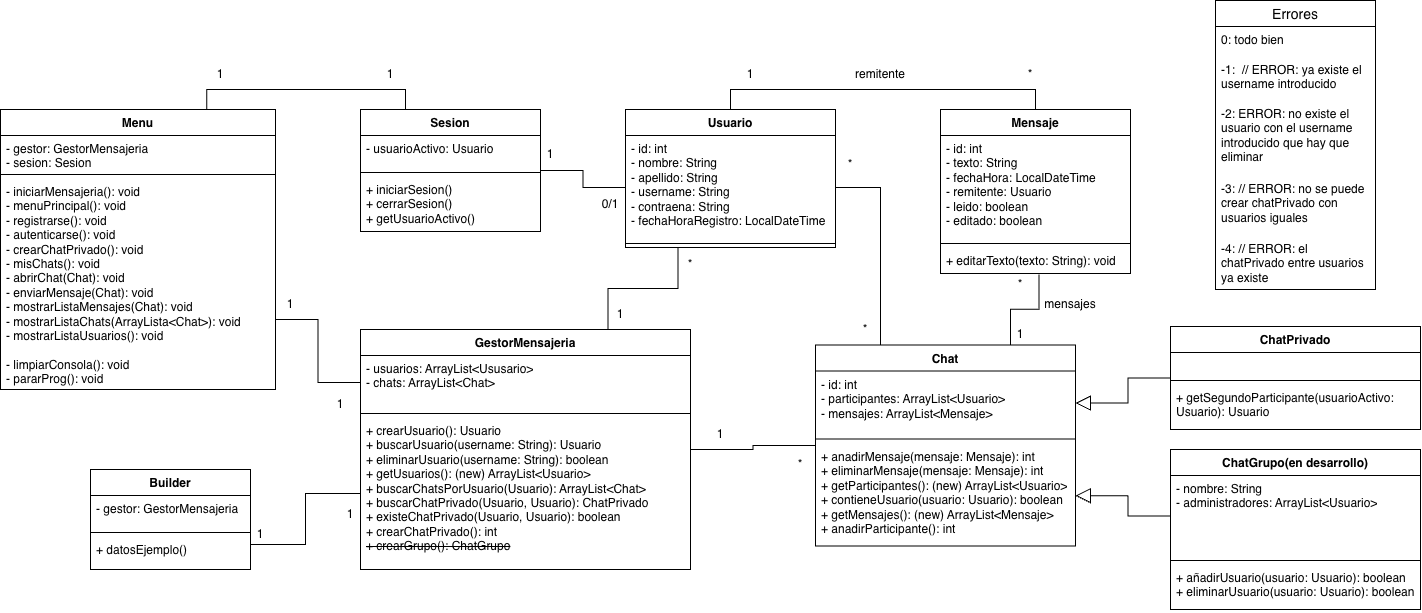
martishenya/messengerJava keeps this draw.io diagram as mensajeriaDiagrama.drawio.png. Above is the earlier version. Source tidied: cells renumbered, new cells last; positions are measured from the earlier drawing's top-left corner, leaving out a move shared by most shapes.
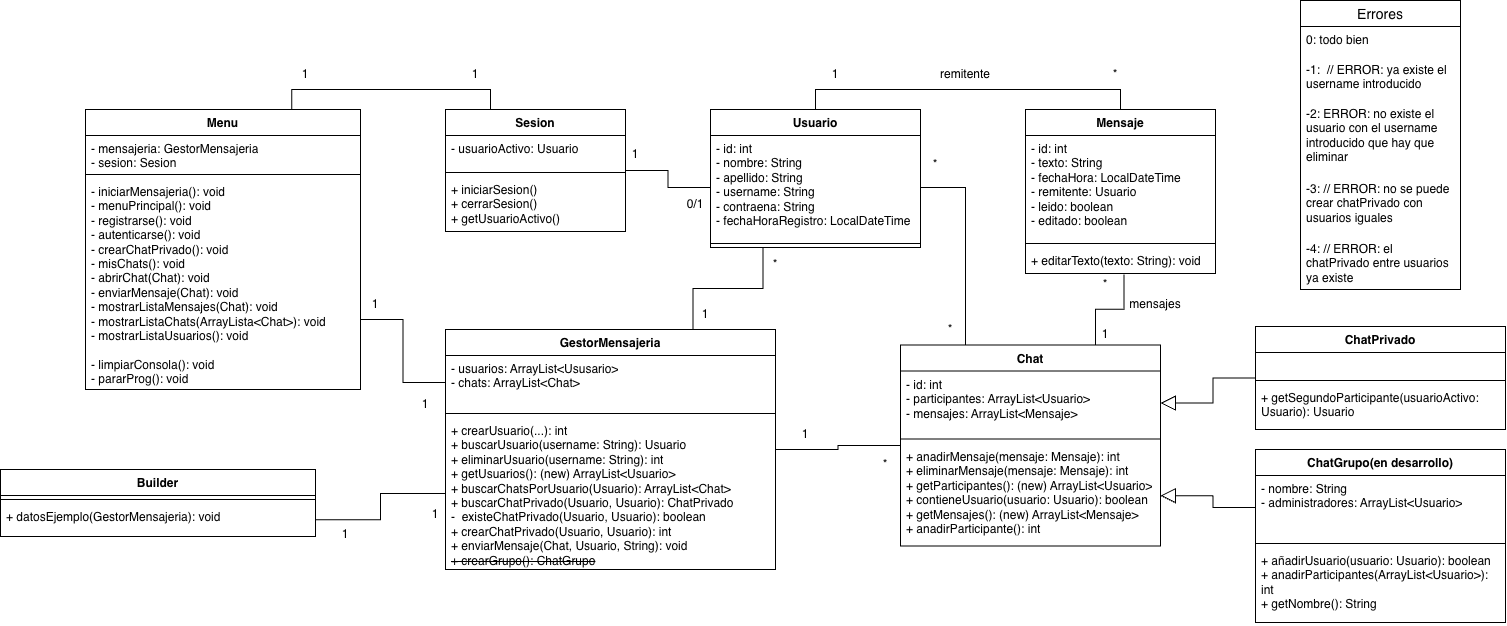
The same file after the commit.

Change to the diagram source:
```diff
@@ -45,16 +45,16 @@
       <mxGeometry y="98" width="260" height="103" as="geometry" />
     </mxCell>
     <mxCell id="16" value="ChatGrupo(en desarrollo)" style="swimlane;fontStyle=1;align=center;verticalAlign=top;horizontal=1;startSize=26;whiteSpace=wrap;html=1;" parent="1" vertex="1">
-      <mxGeometry x="1170" y="449" width="250" height="160" as="geometry" />
+      <mxGeometry x="1170" y="449" width="250" height="173" as="geometry" />
     </mxCell>
     <mxCell id="17" value="- nombre: String&lt;div&gt;- administradores: ArrayList&amp;lt;Usuario&amp;gt;&lt;br&gt;&lt;div&gt;&lt;div&gt;&lt;br&gt;&lt;/div&gt;&lt;/div&gt;&lt;/div&gt;" style="text;strokeColor=none;fillColor=none;align=left;verticalAlign=top;spacingLeft=4;spacingRight=4;overflow=hidden;points=[[0,0.5],[1,0.5]];portConstraint=eastwest;whiteSpace=wrap;html=1;" parent="16" vertex="1">
-      <mxGeometry y="26" width="250" height="81" as="geometry" />
+      <mxGeometry y="26" width="250" height="64" as="geometry" />
     </mxCell>
     <mxCell id="18" style="line;strokeWidth=1;fillColor=none;align=left;verticalAlign=middle;spacingTop=-1;spacingLeft=3;spacingRight=3;labelPosition=right;strokeColor=inherit;" parent="16" vertex="1">
-      <mxGeometry y="107" width="250" height="8" as="geometry" />
+      <mxGeometry y="90" width="250" height="8" as="geometry" />
     </mxCell>
-    <mxCell id="19" value="&lt;div&gt;+ añadirUsuario(usuario: Usuario): boolean&lt;/div&gt;&lt;div&gt;+ eliminarUsuario(usuario: Usuario): boolean&lt;/div&gt;" style="text;strokeColor=none;fillColor=none;align=left;verticalAlign=top;spacingLeft=4;spacingRight=4;overflow=hidden;whiteSpace=wrap;html=1;" parent="16" vertex="1">
-      <mxGeometry y="115" width="250" height="45" as="geometry" />
+    <mxCell id="19" value="&lt;div&gt;+ añadirUsuario(usuario: Usuario): boolean&lt;/div&gt;&lt;div&gt;&lt;div&gt;+ anadirParticipantes(ArrayList&amp;lt;Usuario&amp;gt;): int&lt;/div&gt;&lt;div&gt;+ getNombre(): String&lt;/div&gt;&lt;/div&gt;" style="text;strokeColor=none;fillColor=none;align=left;verticalAlign=top;spacingLeft=4;spacingRight=4;overflow=hidden;whiteSpace=wrap;html=1;" parent="16" vertex="1">
+      <mxGeometry y="98" width="250" height="75" as="geometry" />
     </mxCell>
     <mxCell id="20" style="edgeStyle=orthogonalEdgeStyle;rounded=0;jettySize=auto;html=1;exitX=1;exitY=0.5;exitDx=0;exitDy=0;entryX=0;entryY=0.5;entryDx=0;entryDy=0;endArrow=none;endFill=0;" parent="1" edge="1" source="22" target="12">
       <mxGeometry relative="1" as="geometry" />
@@ -71,7 +71,7 @@
     <mxCell id="24" style="line;strokeWidth=1;fillColor=none;align=left;verticalAlign=middle;spacingTop=-1;spacingLeft=3;spacingRight=3;labelPosition=right;strokeColor=inherit;" parent="22" vertex="1">
       <mxGeometry y="80" width="330" height="8" as="geometry" />
     </mxCell>
-    <mxCell id="25" value="&lt;div&gt;+ crearUsuario(): Usuario&lt;/div&gt;&lt;div&gt;+ buscarUsuario(username: String): Usuario&lt;/div&gt;&lt;div&gt;+ eliminarUsuario(username: String): boolean&lt;/div&gt;&lt;div&gt;+ getUsuarios(): (new) ArrayList&amp;lt;Usuario&amp;gt;&lt;/div&gt;&lt;div&gt;+ buscarChatsPorUsuario(Usuario): ArrayList&amp;lt;Chat&amp;gt;&lt;/div&gt;&lt;div&gt;+ buscarChatPrivado(Usuario, Usuario): ChatPrivado&lt;/div&gt;&lt;div&gt;+ existeChatPrivado(&lt;span style=&quot;background-color: transparent; color: light-dark(#000000, var(--ge-light-color, #ffffff));&quot;&gt;Usuario, Usuario): boolean&lt;/span&gt;&lt;span style=&quot;background-color: transparent; color: light-dark(#000000, var(--ge-light-color, #ffffff));&quot;&gt;&amp;nbsp;&lt;/span&gt;&lt;/div&gt;&lt;div&gt;+ crearChatPrivado(): int&lt;/div&gt;&lt;div&gt;&lt;strike&gt;+ crearGrupo(): ChatGrupo&lt;/strike&gt;&lt;/div&gt;" style="text;strokeColor=none;fillColor=none;align=left;verticalAlign=top;spacingLeft=4;spacingRight=4;overflow=hidden;points=[[0,0.5],[1,0.5]];portConstraint=eastwest;whiteSpace=wrap;html=1;" parent="22" vertex="1">
+    <mxCell id="25" value="&lt;div&gt;+ crearUsuario(...): int&lt;/div&gt;&lt;div&gt;+ buscarUsuario(username: String): Usuario&lt;/div&gt;&lt;div&gt;+ eliminarUsuario(username: String): int&lt;/div&gt;&lt;div&gt;+ getUsuarios(): (new) ArrayList&amp;lt;Usuario&amp;gt;&lt;/div&gt;&lt;div&gt;+ buscarChatsPorUsuario(Usuario): ArrayList&amp;lt;Chat&amp;gt;&lt;/div&gt;&lt;div&gt;+ buscarChatPrivado(Usuario, Usuario): ChatPrivado&lt;/div&gt;&lt;div&gt;-&amp;nbsp; existeChatPrivado(&lt;span style=&quot;background-color: transparent; color: light-dark(#000000, var(--ge-light-color, #ffffff));&quot;&gt;Usuario, Usuario): boolean&lt;/span&gt;&lt;span style=&quot;background-color: transparent; color: light-dark(#000000, var(--ge-light-color, #ffffff));&quot;&gt;&amp;nbsp;&lt;/span&gt;&lt;/div&gt;&lt;div&gt;+ crearChatPrivado(Usuario, Usuario): int&lt;/div&gt;&lt;div&gt;+ enviarMensaje(Chat, Usuario, String): void&lt;/div&gt;&lt;div&gt;&lt;strike&gt;+ crearGrupo(): ChatGrupo&lt;/strike&gt;&lt;/div&gt;" style="text;strokeColor=none;fillColor=none;align=left;verticalAlign=top;spacingLeft=4;spacingRight=4;overflow=hidden;points=[[0,0.5],[1,0.5]];portConstraint=eastwest;whiteSpace=wrap;html=1;" parent="22" vertex="1">
       <mxGeometry y="88" width="330" height="152" as="geometry" />
     </mxCell>
     <mxCell id="26" style="edgeStyle=orthogonalEdgeStyle;rounded=0;jettySize=auto;html=1;exitX=1;exitY=0.75;exitDx=0;exitDy=0;entryX=0;entryY=0.5;entryDx=0;entryDy=0;defaultLabelBackgroundColor=page;endArrow=none;endFill=0;" parent="1" edge="1" source="28" target="23">
@@ -83,7 +83,7 @@
     <mxCell id="28" value="Menu" style="swimlane;fontStyle=1;align=center;verticalAlign=top;horizontal=1;startSize=26;whiteSpace=wrap;html=1;" parent="1" vertex="1">
       <mxGeometry y="109" width="275" height="280" as="geometry" />
     </mxCell>
-    <mxCell id="29" value="&lt;div&gt;- gestor: GestorMensajeria&lt;/div&gt;&lt;div&gt;- sesion: Sesion&lt;br&gt;&lt;div&gt;&lt;br&gt;&lt;/div&gt;&lt;/div&gt;" style="text;strokeColor=none;fillColor=none;align=left;verticalAlign=top;spacingLeft=4;spacingRight=4;overflow=hidden;whiteSpace=wrap;html=1;" parent="28" vertex="1">
+    <mxCell id="29" value="&lt;div&gt;- mensajeria: GestorMensajeria&lt;/div&gt;&lt;div&gt;- sesion: Sesion&lt;br&gt;&lt;div&gt;&lt;br&gt;&lt;/div&gt;&lt;/div&gt;" style="text;strokeColor=none;fillColor=none;align=left;verticalAlign=top;spacingLeft=4;spacingRight=4;overflow=hidden;whiteSpace=wrap;html=1;" parent="28" vertex="1">
       <mxGeometry y="26" width="275" height="35" as="geometry" />
     </mxCell>
     <mxCell id="30" style="line;strokeWidth=1;fillColor=none;align=left;verticalAlign=middle;spacingTop=-1;spacingLeft=3;spacingRight=3;labelPosition=right;strokeColor=inherit;" parent="28" vertex="1">
@@ -96,16 +96,13 @@
       <mxGeometry relative="1" as="geometry" />
     </mxCell>
     <mxCell id="33" value="Builder" style="swimlane;fontStyle=1;align=center;verticalAlign=top;horizontal=1;startSize=26;whiteSpace=wrap;html=1;" parent="1" vertex="1">
-      <mxGeometry x="90" y="469" width="160" height="100" as="geometry" />
+      <mxGeometry x="-85" y="469" width="315" height="67" as="geometry" />
     </mxCell>
-    <mxCell id="34" value="- gestor: GestorMensajeria&lt;br&gt;&lt;div&gt;&lt;div&gt;&lt;br&gt;&lt;/div&gt;&lt;/div&gt;" style="text;strokeColor=none;fillColor=none;align=left;verticalAlign=top;spacingLeft=4;spacingRight=4;overflow=hidden;whiteSpace=wrap;html=1;" parent="33" vertex="1">
-      <mxGeometry y="26" width="160" height="33" as="geometry" />
-    </mxCell>
     <mxCell id="35" style="line;strokeWidth=1;fillColor=none;align=left;verticalAlign=middle;spacingTop=-1;spacingLeft=3;spacingRight=3;labelPosition=right;strokeColor=inherit;" parent="33" vertex="1">
-      <mxGeometry y="59" width="160" height="8" as="geometry" />
+      <mxGeometry y="26" width="315" height="8" as="geometry" />
     </mxCell>
-    <mxCell id="36" value="+ datosEjemplo()&lt;div&gt;&lt;br&gt;&lt;/div&gt;" style="text;strokeColor=none;fillColor=none;align=left;verticalAlign=top;spacingLeft=4;spacingRight=4;overflow=hidden;whiteSpace=wrap;html=1;" parent="33" vertex="1">
-      <mxGeometry y="67" width="160" height="33" as="geometry" />
+    <mxCell id="36" value="&lt;div&gt;+ datosEjemplo(GestorMensajeria): void&lt;/div&gt;" style="text;strokeColor=none;fillColor=none;align=left;verticalAlign=top;spacingLeft=4;spacingRight=4;overflow=hidden;whiteSpace=wrap;html=1;" parent="33" vertex="1">
+      <mxGeometry y="34" width="315" height="33" as="geometry" />
     </mxCell>
     <mxCell id="37" value="1" style="text;html=1;whiteSpace=wrap;strokeColor=none;fillColor=none;align=center;verticalAlign=middle;rounded=0;" parent="1" vertex="1">
       <mxGeometry x="690" y="419" width="60" height="30" as="geometry" />
```
